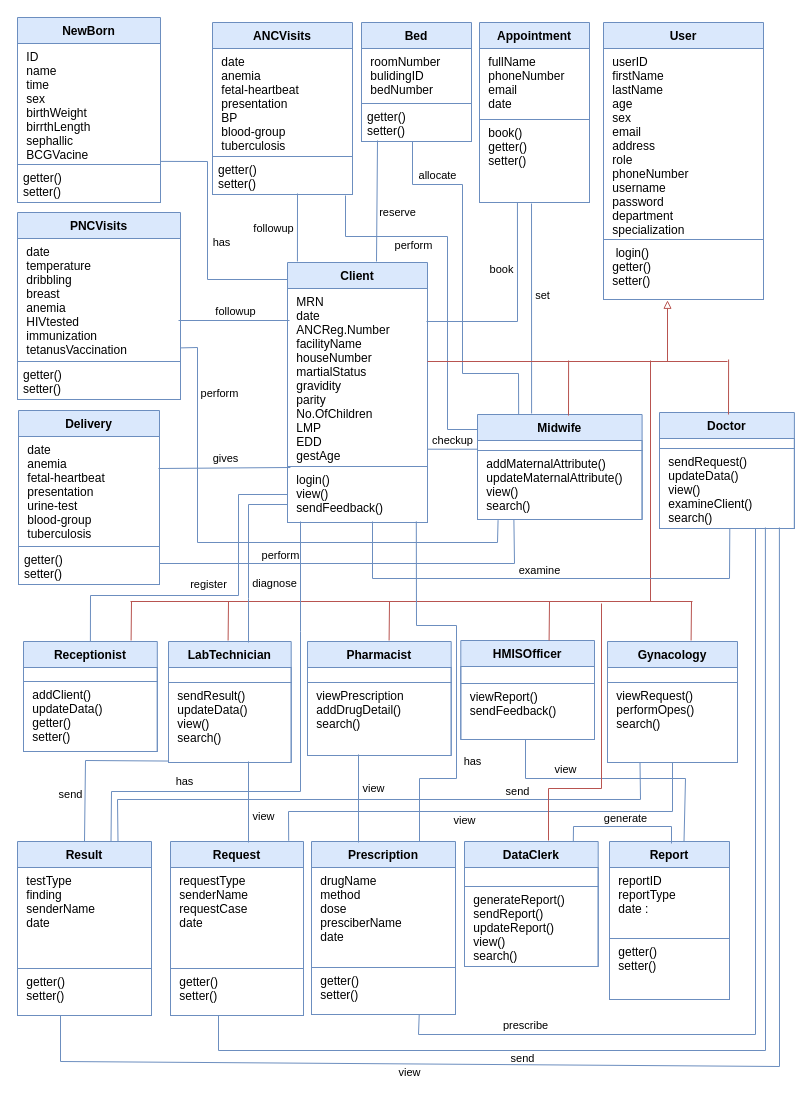
The draw.io diagram page "Class Diagram" (1 of 2) of Class Diagram.drawio in fasil712/UML_Diagram_Design, before the edit. Source tidied: cells renumbered, new cells numbered last; positions are measured from the earlier drawing's top-left corner, leaving out a move shared by most shapes. Both pictures are drawn from the tidied source at 100%, with x=0, y=0 at pixel (17, 17).
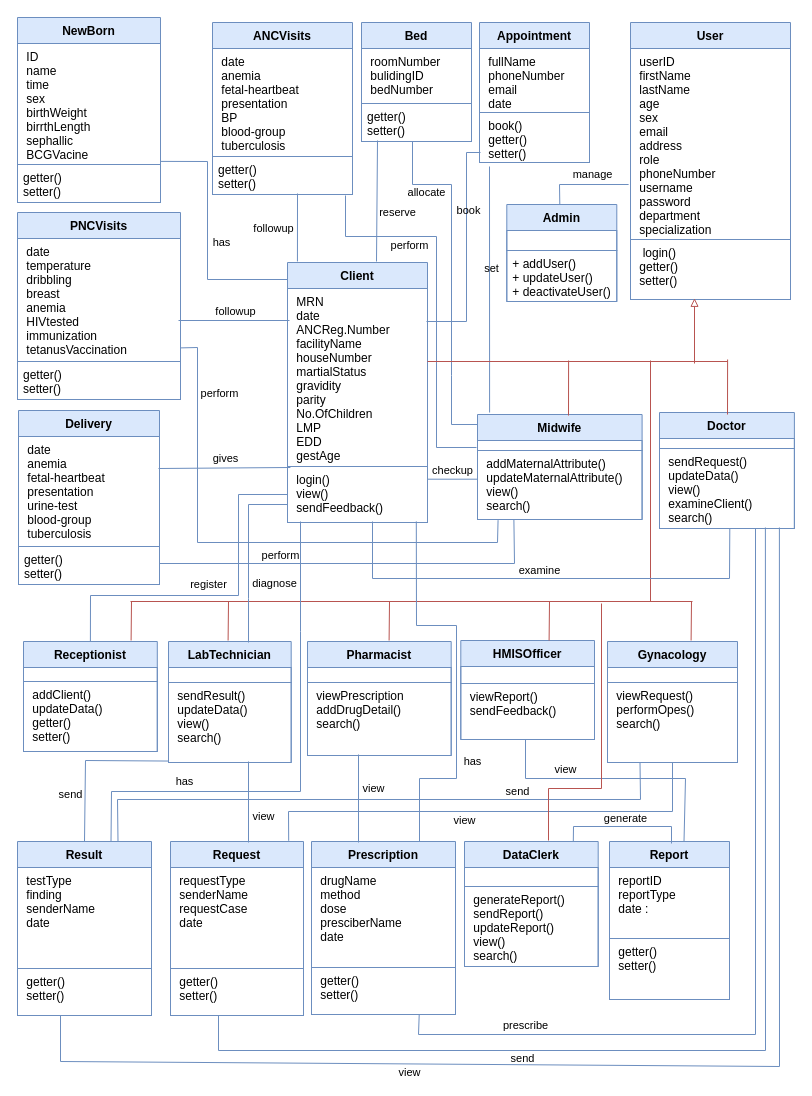
The same diagram, later.

Unchanged cells that the change refers to:
```xml
<mxCell id="4" value="  login() &#10; getter() &#10; setter() " style="text;strokeColor=#6C8EBF;fillColor=none;align=left;verticalAlign=top;spacingLeft=4;spacingRight=4;overflow=hidden;points=[[0,0.5],[1,0.5]];portConstraint=eastwest;strokeWidth=1;spacingTop=0;fontSize=12;" parent="2" vertex="1">
  <mxGeometry y="217" width="160" height="60" as="geometry" />
</mxCell>
<mxCell id="32" value="Midwife" style="swimlane;fontStyle=1;align=center;verticalAlign=top;horizontal=1;startSize=26;strokeWidth=1;spacingTop=0;fontSize=12;strokeColor=#6c8ebf;fillColor=#dae8fc;" parent="1" vertex="1">
  <mxGeometry x="460" y="397" width="164.6" height="105" as="geometry" />
</mxCell>
```

Change to the diagram source:
```diff
@@
     <mxCell id="2" value="User" style="swimlane;fontStyle=1;align=center;verticalAlign=top;horizontal=1;startSize=26;strokeWidth=1;spacingTop=0;fontSize=12;strokeColor=#6c8ebf;fillColor=#dae8fc;" parent="1" vertex="1">
-      <mxGeometry x="586" y="5" width="160" height="277" as="geometry" />
+      <mxGeometry x="613" y="5" width="160" height="277" as="geometry" />
     </mxCell>
@@
-    <mxCell id="48" style="edgeStyle=none;rounded=0;jettySize=auto;html=1;fontSize=11;startArrow=none;startFill=0;endArrow=block;endFill=0;strokeWidth=1;fillColor=#f8cecc;strokeColor=#b85450;entryX=0.4;entryY=1.013;entryDx=0;entryDy=0;entryPerimeter=0;" parent="1" edge="1" target="4">
+    <mxCell id="48" style="edgeStyle=none;rounded=0;orthogonalLoop=1;jettySize=auto;html=1;fontSize=11;startArrow=none;startFill=0;endArrow=block;endFill=0;strokeWidth=1;fillColor=#f8cecc;strokeColor=#b85450;entryX=0.4;entryY=1.013;entryDx=0;entryDy=0;entryPerimeter=0;" parent="1" edge="1">
       <mxGeometry relative="1" as="geometry">
-        <mxPoint x="650" y="344" as="sourcePoint" />
+        <mxPoint x="677" y="346" as="sourcePoint" />
+        <mxPoint x="677" y="280.8" as="targetPoint" />
       </mxGeometry>
     </mxCell>
@@
     <mxCell id="50" style="edgeStyle=none;rounded=0;orthogonalLoop=1;jettySize=auto;html=1;fontSize=11;startArrow=none;startFill=0;endArrow=none;endFill=0;strokeWidth=1;fillColor=#f8cecc;strokeColor=#b85450;entryX=0.513;entryY=1.083;entryDx=0;entryDy=0;entryPerimeter=0;" parent="1" edge="1">
       <mxGeometry relative="1" as="geometry">
-        <mxPoint x="711" y="397" as="sourcePoint" />
-        <mxPoint x="711.1" y="342" as="targetPoint" />
+        <mxPoint x="710" y="397" as="sourcePoint" />
+        <mxPoint x="710.1" y="342" as="targetPoint" />
       </mxGeometry>
     </mxCell>
     <mxCell id="51" value="Appointment" style="swimlane;fontStyle=1;align=center;verticalAlign=top;horizontal=1;startSize=26;strokeWidth=1;spacingTop=0;fontSize=12;strokeColor=#6c8ebf;fillColor=#dae8fc;" parent="1" vertex="1">
-      <mxGeometry x="462" y="5" width="110" height="180" as="geometry" />
+      <mxGeometry x="462" y="5" width="110" height="140" as="geometry" />
     </mxCell>
     <mxCell id="52" value=" fullName &#10; phoneNumber&#10; email &#10; date" style="text;strokeColor=#6C8EBF;fillColor=none;align=left;verticalAlign=top;spacingLeft=4;spacingRight=4;overflow=hidden;strokeWidth=1;spacingTop=0;fontSize=12;" parent="51" vertex="1">
-      <mxGeometry y="26" width="110" height="71" as="geometry" />
+      <mxGeometry y="26" width="110" height="64" as="geometry" />
     </mxCell>
     <mxCell id="53" value=" book() &#10; getter()&#10; setter()" style="text;strokeColor=#6C8EBF;fillColor=none;align=left;verticalAlign=top;spacingLeft=4;spacingRight=4;overflow=hidden;points=[[0,0.5],[1,0.5]];portConstraint=eastwest;strokeWidth=1;spacingTop=0;fontSize=12;" parent="51" vertex="1">
-      <mxGeometry y="97" width="110" height="83" as="geometry" />
+      <mxGeometry y="90" width="110" height="50" as="geometry" />
     </mxCell>
@@
     <mxCell id="73" style="endArrow=none;html=1;rounded=0;strokeWidth=1;entryX=0.001;entryY=0.009;entryDx=0;entryDy=0;exitX=1;exitY=0.903;exitDx=0;exitDy=0;entryPerimeter=0;fillColor=#dae8fc;strokeColor=#6c8ebf;exitPerimeter=0;" parent="1" edge="1">
       <mxGeometry relative="1" as="geometry">
-        <mxPoint x="410" y="431.7" as="sourcePoint" />
-        <mxPoint x="460.2" y="431.7" as="targetPoint" />
+        <mxPoint x="410" y="461.7" as="sourcePoint" />
+        <mxPoint x="460.2" y="461.7" as="targetPoint" />
       </mxGeometry>
     </mxCell>
@@
-    <mxCell id="79" style="endArrow=none;html=1;rounded=0;strokeWidth=1;entryX=0.345;entryY=1.003;entryDx=0;entryDy=0;fillColor=#dae8fc;strokeColor=#6c8ebf;entryPerimeter=0;" parent="1" edge="1" target="53">
+    <mxCell id="79" style="endArrow=none;html=1;rounded=0;strokeWidth=1;fillColor=#dae8fc;strokeColor=#6c8ebf;" parent="1" edge="1">
       <mxGeometry relative="1" as="geometry">
         <mxPoint x="409" y="304" as="sourcePoint" />
+        <mxPoint x="463" y="135" as="targetPoint" />
         <Array as="points">
-          <mxPoint x="500" y="304" />
+          <mxPoint x="449" y="304" />
+          <mxPoint x="449" y="135" />
         </Array>
       </mxGeometry>
     </mxCell>
-    <mxCell id="80" value="book" style="edgeLabel;html=1;align=center;verticalAlign=middle;" parent="79" vertex="1">
+    <mxCell id="80" value="book" style="edgeLabel;html=1;align=center;verticalAlign=middle;labelBackgroundColor=none;" parent="79" vertex="1">
       <mxGeometry x="0.43" y="-2" relative="1" as="geometry">
-        <mxPoint x="-18" y="7" as="offset" />
+        <mxPoint x="-1" y="7" as="offset" />
       </mxGeometry>
     </mxCell>
-    <mxCell id="81" style="endArrow=none;html=1;rounded=0;strokeWidth=1;exitX=0.25;exitY=0;exitDx=0;exitDy=0;fillColor=#dae8fc;strokeColor=#6c8ebf;entryX=0.473;entryY=1.012;entryDx=0;entryDy=0;entryPerimeter=0;" parent="1" edge="1" target="53">
+    <mxCell id="81" style="endArrow=none;html=1;rounded=0;strokeWidth=1;exitX=0.25;exitY=0;exitDx=0;exitDy=0;fillColor=#dae8fc;strokeColor=#6c8ebf;entryX=0.091;entryY=1.08;entryDx=0;entryDy=0;entryPerimeter=0;" parent="1" edge="1" target="53">
       <mxGeometry relative="1" as="geometry">
-        <mxPoint x="514.1" y="396" as="sourcePoint" />
+        <mxPoint x="472.1" y="395" as="sourcePoint" />
       </mxGeometry>
     </mxCell>
-    <mxCell id="82" value="set" style="edgeLabel;html=1;align=center;verticalAlign=middle;" parent="81" vertex="1">
+    <mxCell id="82" value="set" style="edgeLabel;html=1;align=center;verticalAlign=middle;labelBackgroundColor=none;" parent="81" vertex="1">
       <mxGeometry x="0.43" y="-2" relative="1" as="geometry">
-        <mxPoint x="8" y="32" as="offset" />
+        <mxPoint x="-1" y="32" as="offset" />
       </mxGeometry>
     </mxCell>
@@
     <mxCell id="112" style="endArrow=none;html=1;rounded=0;strokeWidth=1;fillColor=#dae8fc;strokeColor=#6c8ebf;" parent="1" edge="1">
       <mxGeometry relative="1" as="geometry">
-        <mxPoint x="460" y="412" as="sourcePoint" />
+        <mxPoint x="459" y="430" as="sourcePoint" />
         <mxPoint x="328" y="178" as="targetPoint" />
         <Array as="points">
-          <mxPoint x="430" y="412" />
-          <mxPoint x="430" y="219" />
+          <mxPoint x="419" y="430" />
+          <mxPoint x="419" y="219" />
           <mxPoint x="328" y="219" />
         </Array>
       </mxGeometry>
     </mxCell>
     <mxCell id="113" value="perform" style="edgeLabel;html=1;align=center;verticalAlign=middle;" parent="112" vertex="1">
       <mxGeometry x="0.43" y="-2" relative="1" as="geometry">
-        <mxPoint x="4" y="10" as="offset" />
+        <mxPoint x="-5" y="10" as="offset" />
       </mxGeometry>
     </mxCell>
@@
-    <mxCell id="123" style="endArrow=none;html=1;rounded=0;strokeWidth=1;fillColor=#dae8fc;strokeColor=#6c8ebf;exitX=0.25;exitY=0;exitDx=0;exitDy=0;" parent="1" edge="1" source="32">
+    <mxCell id="123" style="endArrow=none;html=1;rounded=0;strokeWidth=1;fillColor=#dae8fc;strokeColor=#6c8ebf;" parent="1" edge="1">
       <mxGeometry relative="1" as="geometry">
+        <mxPoint x="460" y="407" as="sourcePoint" />
         <mxPoint x="395" y="124" as="targetPoint" />
         <Array as="points">
-          <mxPoint x="501" y="356" />
-          <mxPoint x="445" y="356" />
-          <mxPoint x="445" y="167" />
+          <mxPoint x="434" y="407" />
+          <mxPoint x="434" y="358" />
+          <mxPoint x="434" y="167" />
           <mxPoint x="395" y="167" />
         </Array>
       </mxGeometry>
     </mxCell>
     <mxCell id="124" value="allocate" style="edgeLabel;html=1;align=center;verticalAlign=middle;" parent="123" vertex="1">
       <mxGeometry x="0.43" y="-2" relative="1" as="geometry">
-        <mxPoint x="-28" y="-25" as="offset" />
+        <mxPoint x="-28" y="-10" as="offset" />
       </mxGeometry>
     </mxCell>
@@
+    <mxCell id="129" value="Admin" style="swimlane;fontStyle=1;align=center;verticalAlign=top;horizontal=1;startSize=26;strokeWidth=1;spacingTop=0;fontSize=12;strokeColor=#6c8ebf;fillColor=#dae8fc;" parent="1" vertex="1">
+      <mxGeometry x="489.3" y="187" width="110" height="97" as="geometry" />
+    </mxCell>
+    <mxCell id="130" style="text;strokeColor=#6C8EBF;fillColor=none;align=left;verticalAlign=top;spacingLeft=4;spacingRight=4;overflow=hidden;strokeWidth=1;spacingTop=0;fontSize=12;" parent="129" vertex="1">
+      <mxGeometry y="26" width="110" height="20" as="geometry" />
+    </mxCell>
+    <mxCell id="131" value="+ addUser()&#10;+ updateUser()&#10;+ deactivateUser()&#10;&#10;" style="text;strokeColor=#6C8EBF;fillColor=none;align=left;verticalAlign=top;spacingLeft=4;spacingRight=4;overflow=hidden;strokeWidth=1;spacingTop=0;fontSize=12;" parent="129" vertex="1">
+      <mxGeometry y="46" width="110" height="51" as="geometry" />
+    </mxCell>
+    <mxCell id="132" style="endArrow=none;html=1;rounded=0;strokeWidth=1;fillColor=#dae8fc;strokeColor=#6c8ebf;exitX=-0.012;exitY=0.712;exitDx=0;exitDy=0;exitPerimeter=0;entryX=0.5;entryY=0;entryDx=0;entryDy=0;" parent="1" edge="1">
+      <mxGeometry relative="1" as="geometry">
+        <mxPoint x="611.1" y="167" as="sourcePoint" />
+        <mxPoint x="542.3" y="187" as="targetPoint" />
+        <Array as="points">
+          <mxPoint x="542" y="167" />
+        </Array>
+      </mxGeometry>
+    </mxCell>
+    <mxCell id="133" value="manage" style="edgeLabel;html=1;align=center;verticalAlign=middle;" parent="132" vertex="1">
+      <mxGeometry x="0.43" y="-2" relative="1" as="geometry">
+        <mxPoint x="27" y="-9" as="offset" />
+      </mxGeometry>
+    </mxCell>
```
